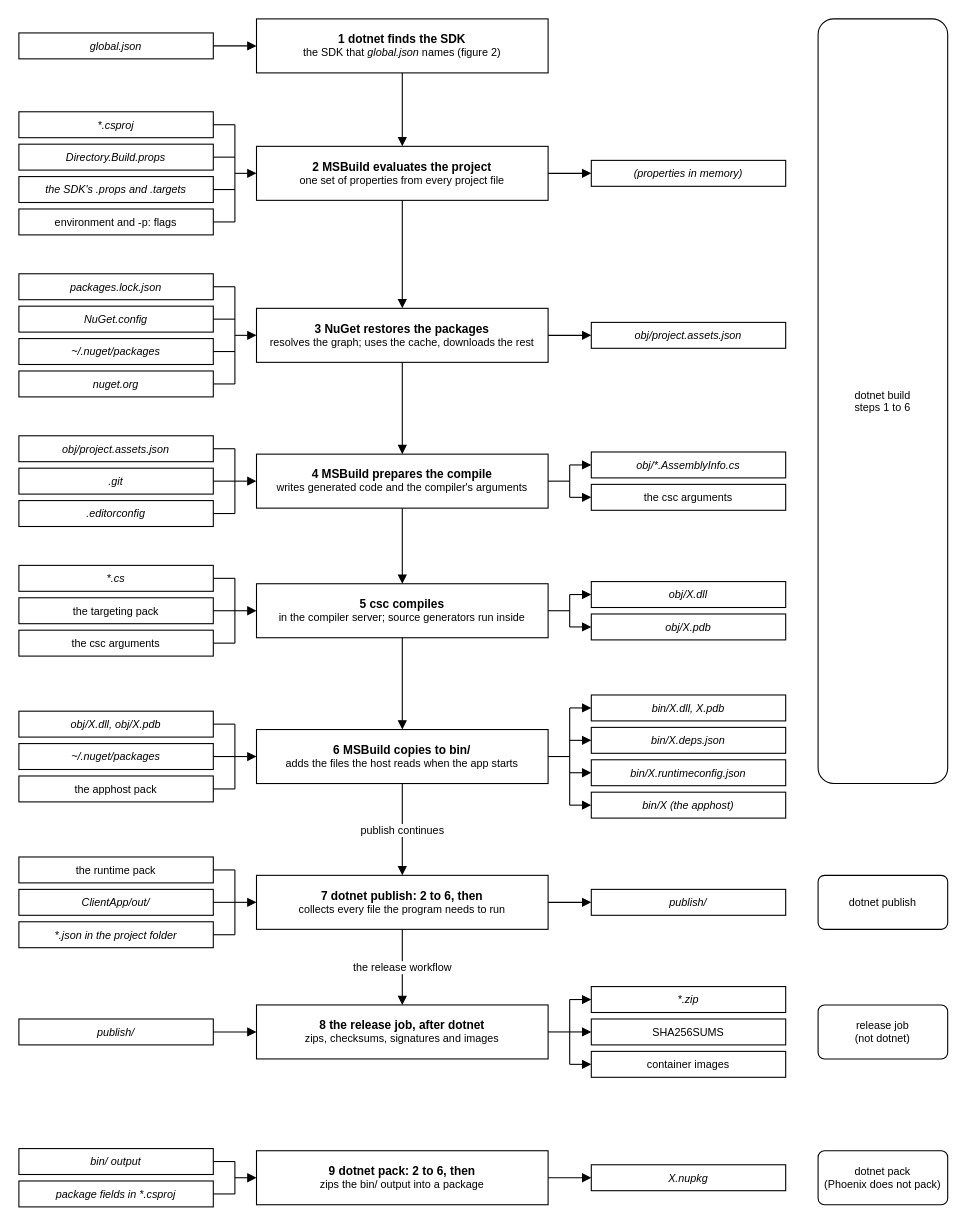
This is 1-phoenix/figures/build-publish-pack.drawio from leosakharoff/dotnet-rebuild-experiments, a draw.io file, before an edit. Source tidied: cells renumbered, new cells numbered last; positions are measured from the earlier drawing's top-left corner, leaving out a move shared by most shapes. Both pictures are drawn from the tidied source at 108%, with x=0, y=0 at pixel (18, 18).
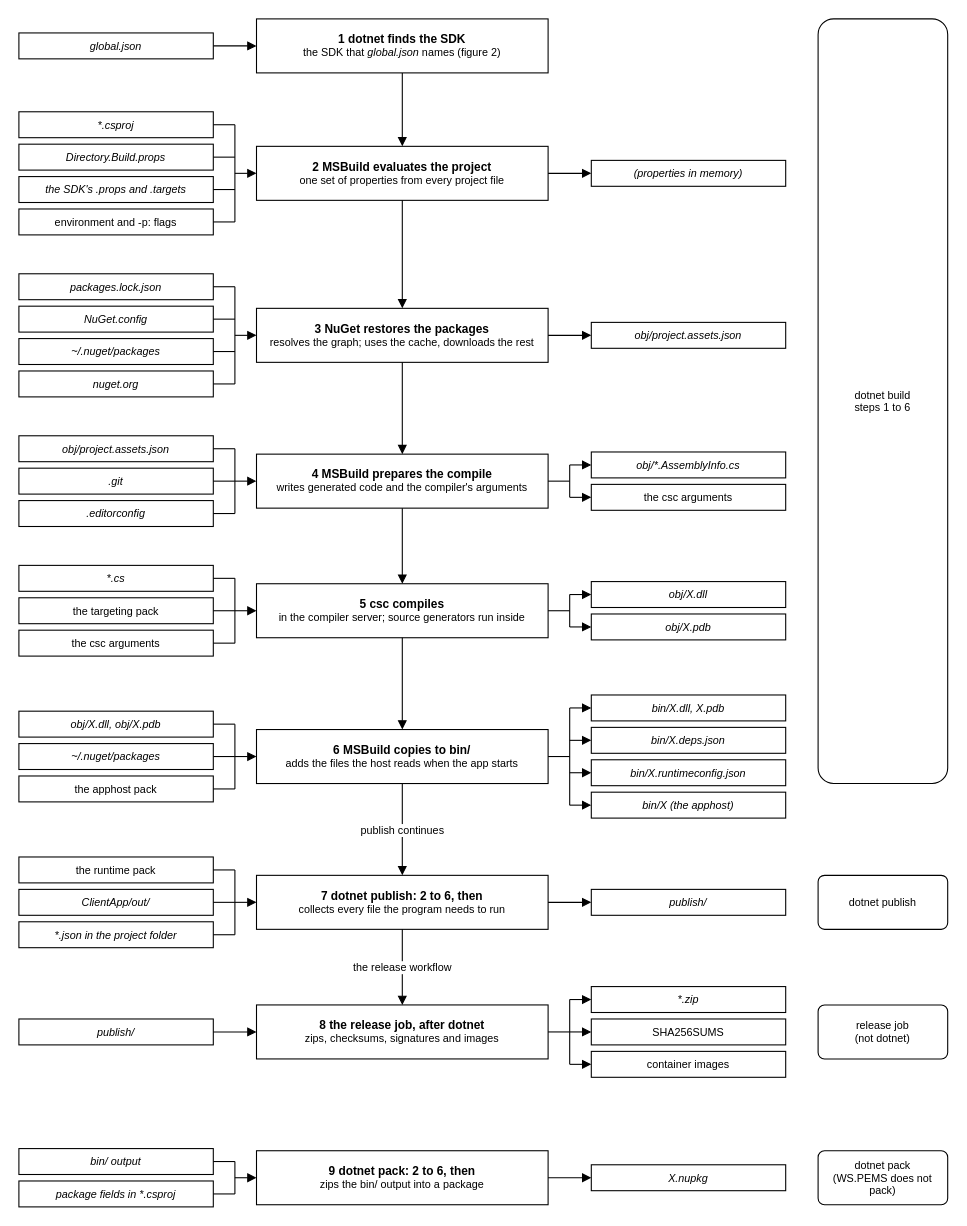
The same diagram, later.

What changed in the source:
```diff
@@
-    <mxCell id="121" value="dotnet pack&lt;br&gt;(Phoenix does not pack)" style="rounded=0;whiteSpace=wrap;html=1;fillColor=#FFFFFF;strokeColor=#000000;strokeWidth=1;fontSize=10;fontFamily=Helvetica;fontColor=#000000;rounded=1;arcSize=12;" parent="1" vertex="1">
+    <mxCell id="121" value="dotnet pack&lt;br&gt;(WS.PEMS does not pack)" style="rounded=0;whiteSpace=wrap;html=1;fillColor=#FFFFFF;strokeColor=#000000;strokeWidth=1;fontSize=10;fontFamily=Helvetica;fontColor=#000000;rounded=1;arcSize=12;" parent="1" vertex="1">
       <mxGeometry x="740" y="1048" width="120" height="50" as="geometry" />
     </mxCell>
```
